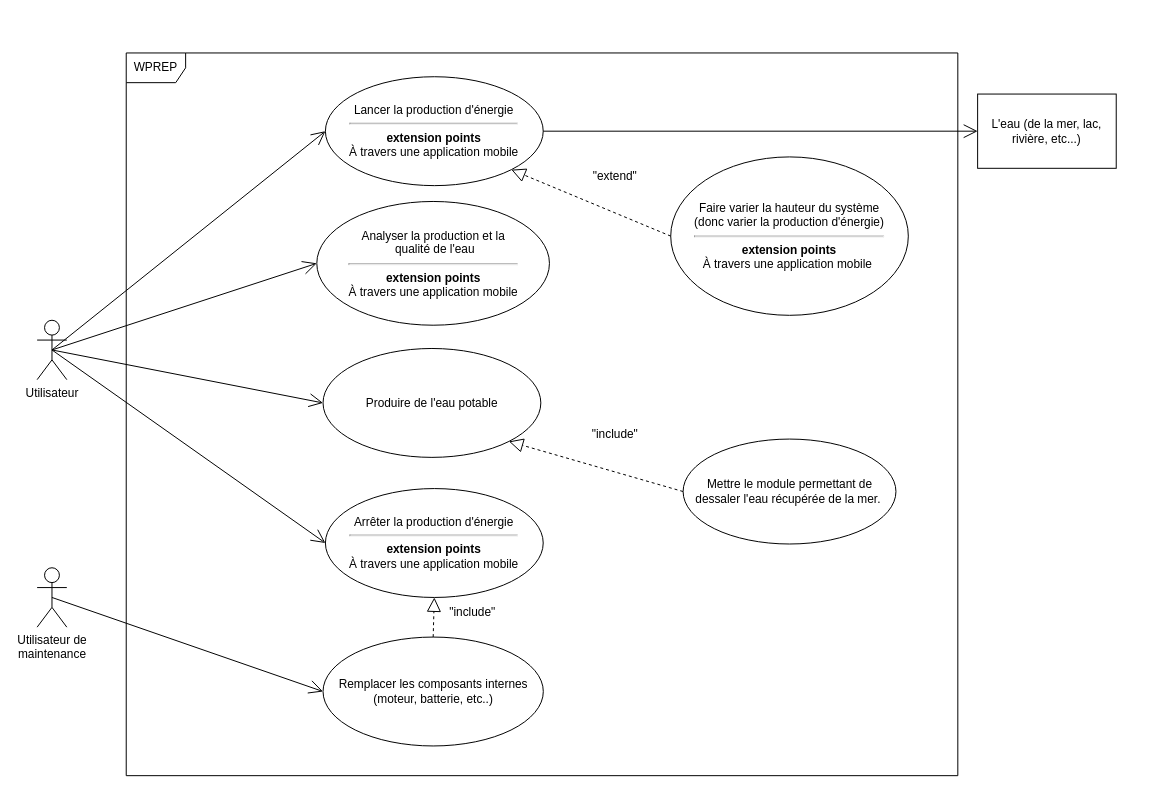
The draw.io diagram engineering/energy.drawio in vertueux/discord, before the edit. Source tidied: cells renumbered, new cells numbered last; positions are measured from the earlier drawing's top-left corner, leaving out a move shared by most shapes. Both pictures are drawn from the tidied source at 99%, with x=0, y=0 at pixel (37, 52).
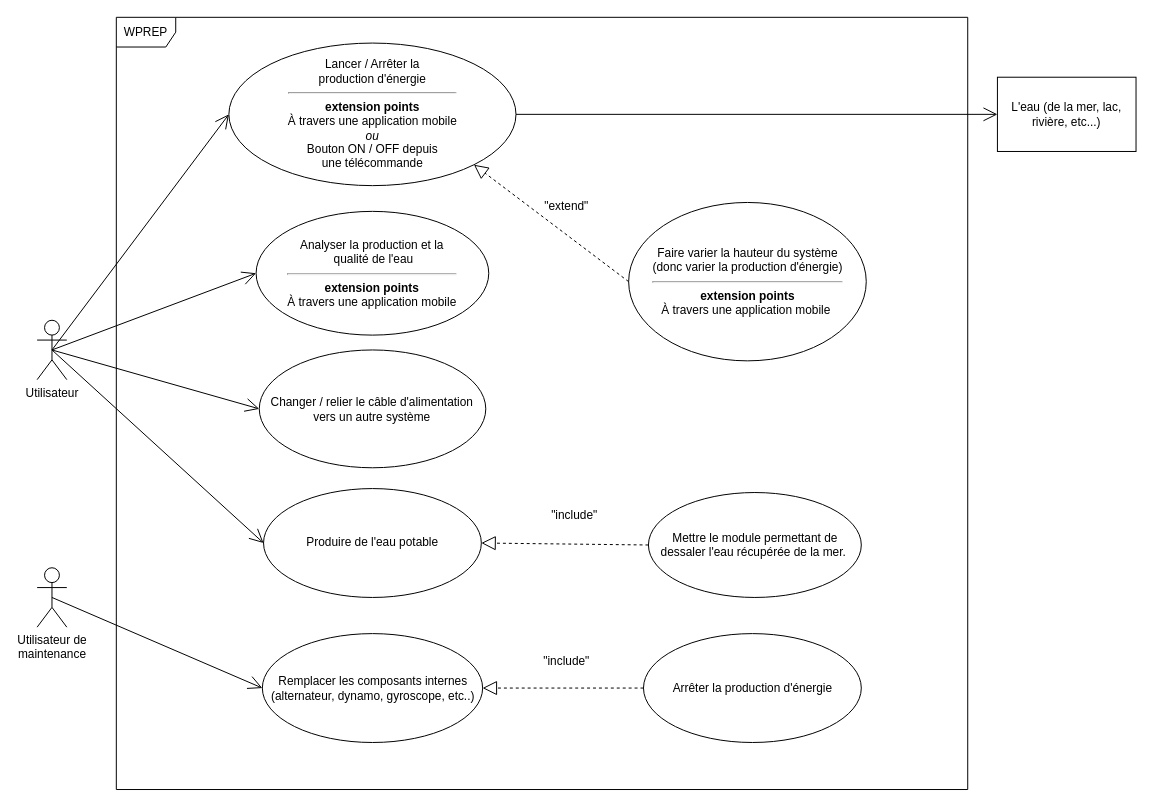
The same diagram, later.

The change refers to these unchanged cells:
```xml
<mxCell id="3" value="Utilisateur" style="shape=umlActor;verticalLabelPosition=bottom;verticalAlign=top;html=1;outlineConnect=0;" parent="1" vertex="1">
  <mxGeometry y="270" width="30" height="60" as="geometry" />
</mxCell>
```

Diff of the diagram source:
```diff
@@
     <mxCell id="2" value="WPREP" style="shape=umlFrame;whiteSpace=wrap;html=1;" parent="1" vertex="1">
-      <mxGeometry x="90" width="840" height="730" as="geometry" />
+      <mxGeometry x="80" y="-36" width="860" height="780" as="geometry" />
     </mxCell>
@@
-    <mxCell id="6" value="Lancer la production d'énergie&lt;br&gt;&lt;hr&gt;&lt;b&gt;extension points&lt;/b&gt;&lt;br&gt;À&amp;nbsp;travers une application mobile" style="ellipse;whiteSpace=wrap;html=1;" parent="1" vertex="1">
-      <mxGeometry x="291.2" y="24" width="220" height="110" as="geometry" />
+    <mxCell id="6" value="Lancer / Arrêter la &lt;br&gt;production d'énergie&lt;br&gt;&lt;hr&gt;&lt;b&gt;extension points&lt;/b&gt;&lt;br&gt;À&amp;nbsp;travers une application mobile&lt;br&gt;&lt;i&gt;ou&lt;br&gt;&lt;/i&gt;Bouton ON / OFF depuis &lt;br&gt;une télécommande" style="ellipse;whiteSpace=wrap;html=1;" parent="1" vertex="1">
+      <mxGeometry x="193.7" y="-10" width="290" height="144" as="geometry" />
     </mxCell>
     <mxCell id="7" value="L'eau (de la mer, lac, rivière, etc...)" style="rounded=0;whiteSpace=wrap;html=1;" parent="1" vertex="1">
-      <mxGeometry x="950" y="41.5" width="140" height="75" as="geometry" />
+      <mxGeometry x="970" y="24.5" width="140" height="75" as="geometry" />
     </mxCell>
@@
-    <mxCell id="9" value="Arrêter la production d'énergie&lt;br&gt;&lt;hr&gt;&lt;b&gt;extension points&lt;/b&gt;&lt;br&gt;À&amp;nbsp;travers une application mobile" style="ellipse;whiteSpace=wrap;html=1;" parent="1" vertex="1">
-      <mxGeometry x="291.2" y="440" width="220" height="110" as="geometry" />
-    </mxCell>
-    <mxCell id="10" style="endArrow=open;endFill=1;endSize=12;html=1;rounded=0;entryX=0;entryY=0.5;entryDx=0;entryDy=0;exitX=0.5;exitY=0.5;exitDx=0;exitDy=0;exitPerimeter=0;" parent="1" edge="1" source="3" target="9">
-      <mxGeometry relative="1" as="geometry" />
-    </mxCell>
     <mxCell id="11" value="Faire varier la hauteur du système &lt;br&gt;(donc varier la production d'énergie)&lt;br style=&quot;border-color: var(--border-color);&quot;&gt;&lt;hr style=&quot;border-color: var(--border-color);&quot;&gt;&lt;b style=&quot;border-color: var(--border-color);&quot;&gt;extension points&lt;/b&gt;&lt;br style=&quot;border-color: var(--border-color);&quot;&gt;À&amp;nbsp;travers une application mobile&amp;nbsp;" style="ellipse;whiteSpace=wrap;html=1;" parent="1" vertex="1">
-      <mxGeometry x="640" y="105" width="240" height="160" as="geometry" />
+      <mxGeometry x="597.5" y="151" width="240" height="160" as="geometry" />
     </mxCell>
@@
     <mxCell id="13" value="&quot;extend&quot;" style="text;html=1;strokeColor=none;fillColor=none;align=center;verticalAlign=middle;whiteSpace=wrap;rounded=0;" parent="1" vertex="1">
-      <mxGeometry x="553.8" y="110" width="60" height="30" as="geometry" />
+      <mxGeometry x="505" y="140" width="60" height="30" as="geometry" />
     </mxCell>
-    <mxCell id="14" value="Remplacer les composants internes (moteur, batterie, etc..)" style="ellipse;whiteSpace=wrap;html=1;" parent="1" vertex="1">
-      <mxGeometry x="288.8" y="590" width="222.5" height="110" as="geometry" />
+    <mxCell id="14" value="Remplacer les composants internes (alternateur, dynamo, gyroscope, etc..)" style="ellipse;whiteSpace=wrap;html=1;" parent="1" vertex="1">
+      <mxGeometry x="227.5" y="586.5" width="222.5" height="110" as="geometry" />
     </mxCell>
@@
     <mxCell id="16" value="Analyser la production et la&lt;br&gt;&amp;nbsp;qualité de l'eau&lt;br&gt;&lt;hr&gt;&lt;b&gt;extension points&lt;/b&gt;&lt;br&gt;À&amp;nbsp;travers une application mobile" style="ellipse;whiteSpace=wrap;html=1;" parent="1" vertex="1">
-      <mxGeometry x="282.5" y="150" width="235" height="125" as="geometry" />
+      <mxGeometry x="221.2" y="160" width="235" height="125" as="geometry" />
     </mxCell>
@@
-    <mxCell id="18" style="endArrow=block;dashed=1;endFill=0;endSize=12;html=1;rounded=0;entryX=0.5;entryY=1;entryDx=0;entryDy=0;exitX=0.5;exitY=0;exitDx=0;exitDy=0;" parent="1" edge="1" source="14" target="9">
-      <mxGeometry relative="1" as="geometry" />
-    </mxCell>
     <mxCell id="19" value="&quot;include&quot;" style="text;html=1;strokeColor=none;fillColor=none;align=center;verticalAlign=middle;whiteSpace=wrap;rounded=0;" parent="1" vertex="1">
-      <mxGeometry x="410" y="550" width="60" height="30" as="geometry" />
+      <mxGeometry x="504.5" y="600" width="60" height="30" as="geometry" />
     </mxCell>
     <mxCell id="20" value="Produire de l'eau potable" style="ellipse;whiteSpace=wrap;html=1;" parent="1" vertex="1">
-      <mxGeometry x="288.8" y="298.5" width="220" height="110" as="geometry" />
+      <mxGeometry x="228.7" y="440" width="220" height="110" as="geometry" />
     </mxCell>
@@
     <mxCell id="22" value="Mettre le module permettant de dessaler l'eau récupérée de la mer.&amp;nbsp;" style="ellipse;whiteSpace=wrap;html=1;" parent="1" vertex="1">
-      <mxGeometry x="652.5" y="390" width="215" height="106" as="geometry" />
+      <mxGeometry x="617.5" y="444" width="215" height="106" as="geometry" />
     </mxCell>
     <mxCell id="23" value="&quot;include&quot;" style="text;html=1;strokeColor=none;fillColor=none;align=center;verticalAlign=middle;whiteSpace=wrap;rounded=0;" parent="1" vertex="1">
-      <mxGeometry x="553.8" y="370" width="60" height="30" as="geometry" />
+      <mxGeometry x="512.5" y="452" width="60" height="30" as="geometry" />
     </mxCell>
-    <mxCell id="24" style="endArrow=block;dashed=1;endFill=0;endSize=12;html=1;rounded=0;entryX=1;entryY=1;entryDx=0;entryDy=0;exitX=0;exitY=0.5;exitDx=0;exitDy=0;" parent="1" edge="1" source="22" target="20">
+    <mxCell id="24" style="endArrow=block;dashed=1;endFill=0;endSize=12;html=1;rounded=0;entryX=1;entryY=0.5;entryDx=0;entryDy=0;exitX=0;exitY=0.5;exitDx=0;exitDy=0;" parent="1" edge="1" source="22" target="20">
       <mxGeometry relative="1" as="geometry" />
     </mxCell>
+    <mxCell id="25" value="Arrêter la production d'énergie" style="ellipse;whiteSpace=wrap;html=1;" parent="1" vertex="1">
+      <mxGeometry x="612.5" y="586.5" width="220" height="110" as="geometry" />
+    </mxCell>
+    <mxCell id="26" value="Changer / relier le câble d'alimentation vers un autre système" style="ellipse;whiteSpace=wrap;html=1;" parent="1" vertex="1">
+      <mxGeometry x="224.4" y="300" width="228.8" height="119" as="geometry" />
+    </mxCell>
+    <mxCell id="27" style="endArrow=open;endFill=1;endSize=12;html=1;rounded=0;entryX=0;entryY=0.5;entryDx=0;entryDy=0;exitX=0.5;exitY=0.5;exitDx=0;exitDy=0;exitPerimeter=0;" parent="1" edge="1" source="3" target="26">
+      <mxGeometry relative="1" as="geometry" />
+    </mxCell>
+    <mxCell id="28" style="endArrow=block;dashed=1;endFill=0;endSize=12;html=1;rounded=0;entryX=1;entryY=0.5;entryDx=0;entryDy=0;exitX=0;exitY=0.5;exitDx=0;exitDy=0;" parent="1" edge="1" source="25" target="14">
+      <mxGeometry relative="1" as="geometry" />
+    </mxCell>
```
